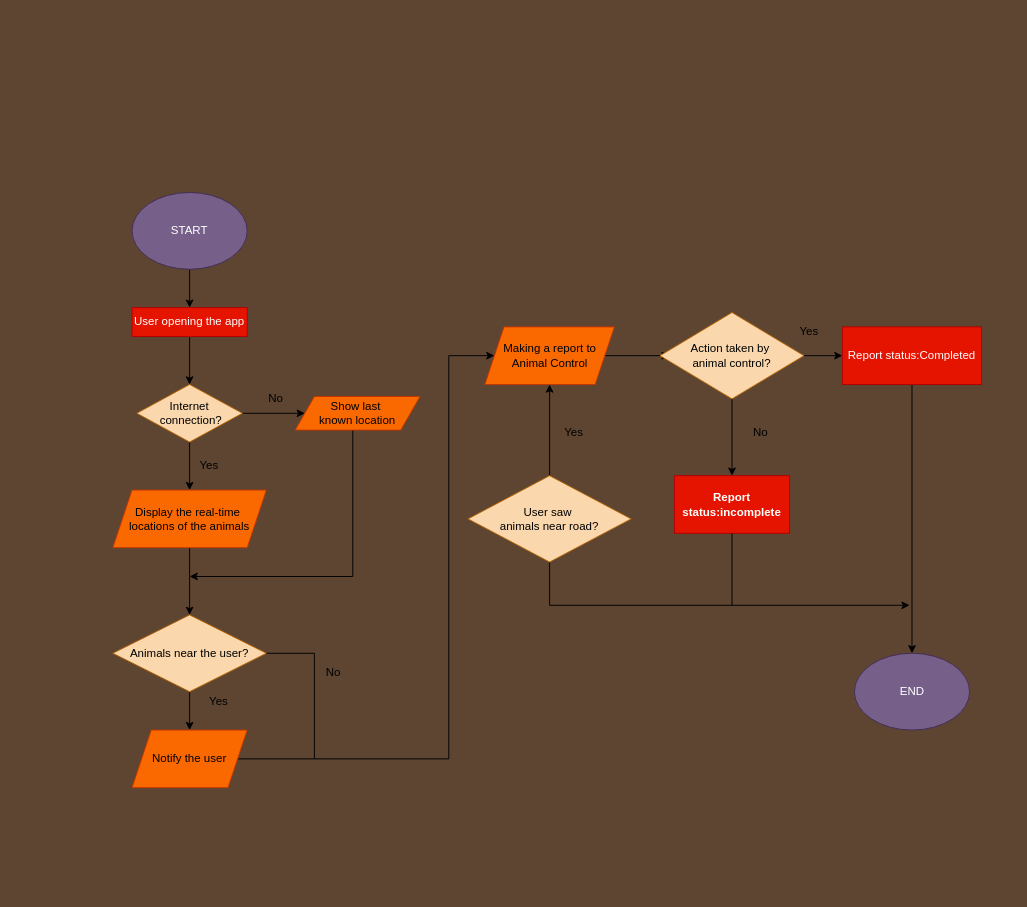
hahafiz05/hahafiz05 keeps this draw.io diagram as SHELL PROJECT.drawio. Above is the earlier version. Source tidied: cells renumbered, new cells numbered last; positions are measured from the earlier drawing's top-left corner, leaving out a move shared by most shapes. Both pictures are drawn from the tidied source at 96%, with x=0, y=0 at pixel (112, 192).
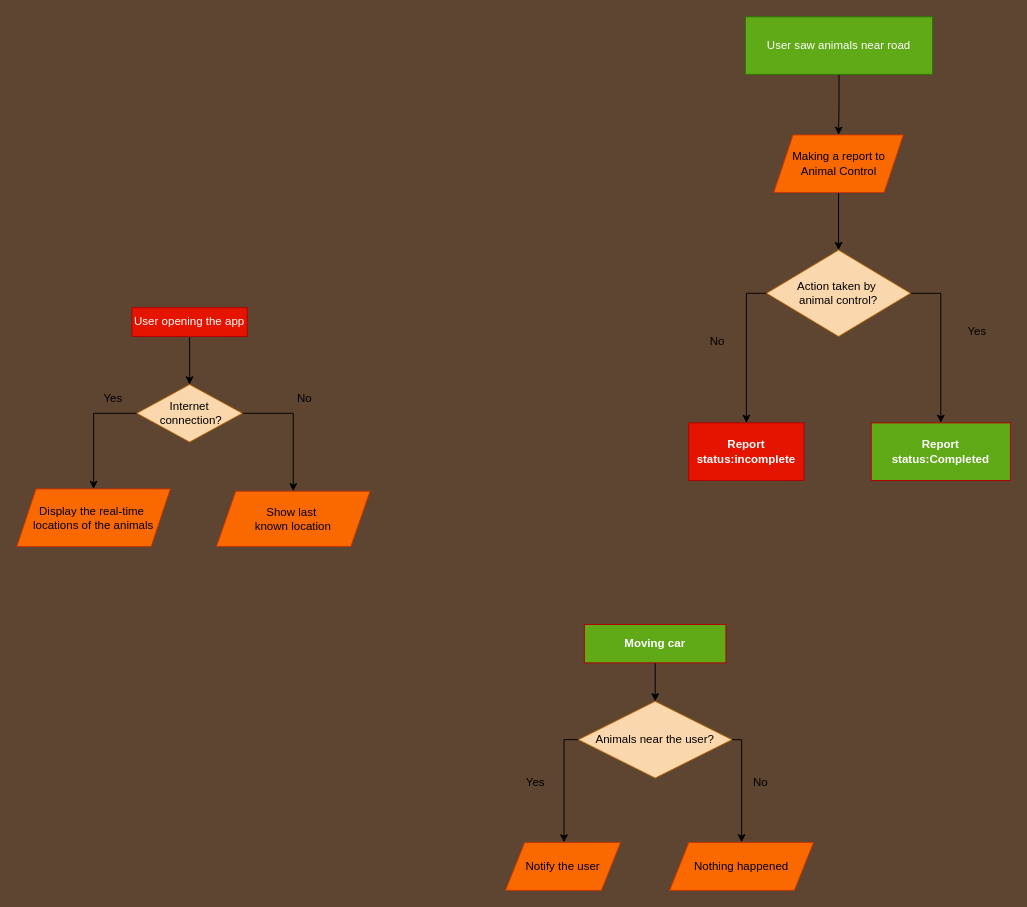
After the change.

The change refers to these unchanged cells:
```xml
<mxCell id="3" value="User opening the app" style="rounded=0;whiteSpace=wrap;html=1;fillColor=#e51400;fontColor=#ffffff;strokeColor=#B20000;" parent="1" vertex="1">
  <mxGeometry x="20" y="120" width="120" height="30" as="geometry" />
</mxCell>
<mxCell id="6" value="&lt;div&gt;Internet&lt;/div&gt;&lt;div&gt;&amp;nbsp;connection?&lt;/div&gt;" style="rhombus;whiteSpace=wrap;html=1;fillColor=#fad7ac;strokeColor=#b46504;" parent="1" vertex="1">
  <mxGeometry x="25" y="200" width="110" height="60" as="geometry" />
</mxCell>
```

Diff of the diagram source:
```diff
@@
-    <mxCell id="4" style="edgeStyle=orthogonalEdgeStyle;rounded=0;jettySize=auto;html=1;" parent="1" edge="1" source="6" target="8">
-      <mxGeometry relative="1" as="geometry" />
+    <mxCell id="4" style="edgeStyle=orthogonalEdgeStyle;rounded=0;jettySize=auto;html=1;exitX=0;exitY=0.5;exitDx=0;exitDy=0;" parent="1" edge="1" source="6" target="8">
+      <mxGeometry relative="1" as="geometry">
+        <Array as="points">
+          <mxPoint x="-20" y="230" />
+        </Array>
+      </mxGeometry>
     </mxCell>
-    <mxCell id="5" style="edgeStyle=orthogonalEdgeStyle;rounded=0;jettySize=auto;html=1;" parent="1" edge="1" source="6" target="10">
-      <mxGeometry relative="1" as="geometry" />
+    <mxCell id="5" style="edgeStyle=orthogonalEdgeStyle;rounded=0;jettySize=auto;html=1;entryX=0.5;entryY=0;entryDx=0;entryDy=0;" parent="1" edge="1" source="6" target="10">
+      <mxGeometry relative="1" as="geometry">
+        <Array as="points">
+          <mxPoint x="188" y="230" />
+        </Array>
+      </mxGeometry>
     </mxCell>
@@
-    <mxCell id="7" style="edgeStyle=orthogonalEdgeStyle;rounded=0;jettySize=auto;html=1;" parent="1" edge="1" source="8">
-      <mxGeometry relative="1" as="geometry">
-        <mxPoint x="80" y="440" as="targetPoint" />
-      </mxGeometry>
-    </mxCell>
     <mxCell id="8" value="&lt;div&gt;Display the real-time&amp;nbsp;&lt;/div&gt;&lt;div&gt;locations of the animals&lt;/div&gt;" style="shape=parallelogram;perimeter=parallelogramPerimeter;whiteSpace=wrap;html=1;fixedSize=1;fillColor=#fa6800;fontColor=#000000;strokeColor=#C73500;" parent="1" vertex="1">
-      <mxGeometry y="310" width="160" height="60" as="geometry" />
+      <mxGeometry x="-100" y="308.8" width="160" height="60" as="geometry" />
     </mxCell>
-    <mxCell id="9" style="edgeStyle=orthogonalEdgeStyle;rounded=0;jettySize=auto;html=1;" parent="1" edge="1" source="10">
-      <mxGeometry relative="1" as="geometry">
-        <mxPoint x="80" y="400" as="targetPoint" />
-        <Array as="points">
-          <mxPoint x="250" y="400" />
-          <mxPoint x="80" y="400" />
-        </Array>
-      </mxGeometry>
-    </mxCell>
     <mxCell id="10" value="&lt;div&gt;Show last&amp;nbsp;&lt;/div&gt;&lt;div&gt;known location&lt;/div&gt;" style="shape=parallelogram;perimeter=parallelogramPerimeter;whiteSpace=wrap;html=1;fixedSize=1;fillColor=#fa6800;fontColor=#000000;strokeColor=#C73500;" parent="1" vertex="1">
-      <mxGeometry x="190" y="212.5" width="130" height="35" as="geometry" />
+      <mxGeometry x="108" y="311.2" width="160" height="57.5" as="geometry" />
     </mxCell>
-    <mxCell id="11" style="edgeStyle=orthogonalEdgeStyle;rounded=0;jettySize=auto;html=1;" parent="1" edge="1" source="12" target="14">
-      <mxGeometry relative="1" as="geometry" />
+    <mxCell id="11" style="edgeStyle=orthogonalEdgeStyle;rounded=0;jettySize=auto;html=1;exitX=0;exitY=0.5;exitDx=0;exitDy=0;" parent="1" edge="1" source="12" target="14">
+      <mxGeometry relative="1" as="geometry">
+        <Array as="points">
+          <mxPoint x="470" y="570" />
+        </Array>
+      </mxGeometry>
     </mxCell>
+    <mxCell id="38" style="edgeStyle=orthogonalEdgeStyle;rounded=0;jettySize=auto;html=1;entryX=0.5;entryY=0;entryDx=0;entryDy=0;" parent="1" edge="1" source="12" target="40">
+      <mxGeometry relative="1" as="geometry">
+        <Array as="points">
+          <mxPoint x="655" y="570" />
+        </Array>
+      </mxGeometry>
+    </mxCell>
     <mxCell id="12" value="Animals near the user?" style="rhombus;whiteSpace=wrap;html=1;fillColor=#fad7ac;strokeColor=#b46504;" parent="1" vertex="1">
-      <mxGeometry y="440" width="160" height="80" as="geometry" />
+      <mxGeometry x="485" y="530" width="160" height="80" as="geometry" />
     </mxCell>
-    <mxCell id="13" style="edgeStyle=orthogonalEdgeStyle;rounded=0;jettySize=auto;html=1;entryX=0;entryY=0.5;entryDx=0;entryDy=0;" parent="1" edge="1" source="14" target="20">
-      <mxGeometry relative="1" as="geometry">
-        <Array as="points">
-          <mxPoint x="350" y="590" />
-          <mxPoint x="350" y="170" />
-        </Array>
-      </mxGeometry>
-    </mxCell>
     <mxCell id="14" value="Notify the user" style="shape=parallelogram;perimeter=parallelogramPerimeter;whiteSpace=wrap;html=1;fixedSize=1;fillColor=#fa6800;fontColor=#000000;strokeColor=#C73500;" parent="1" vertex="1">
-      <mxGeometry x="20" y="560" width="120" height="60" as="geometry" />
+      <mxGeometry x="409" y="677" width="120" height="50" as="geometry" />
     </mxCell>
-    <mxCell id="15" style="endArrow=none;html=1;rounded=0;entryX=1;entryY=0.5;entryDx=0;entryDy=0;" parent="1" edge="1" target="12">
-      <mxGeometry relative="1" as="geometry">
-        <mxPoint x="210" y="590" as="sourcePoint" />
-        <Array as="points">
-          <mxPoint x="210" y="480" />
-        </Array>
-      </mxGeometry>
-    </mxCell>
-    <mxCell id="16" style="edgeStyle=orthogonalEdgeStyle;rounded=0;jettySize=auto;html=1;" parent="1" edge="1" source="18" target="20">
-      <mxGeometry relative="1" as="geometry" />
-    </mxCell>
-    <mxCell id="17" style="edgeStyle=orthogonalEdgeStyle;rounded=0;jettySize=auto;html=1;" parent="1" edge="1" source="18">
-      <mxGeometry relative="1" as="geometry">
-        <mxPoint x="830" y="430" as="targetPoint" />
-        <Array as="points">
-          <mxPoint x="455" y="430" />
-          <mxPoint x="830" y="430" />
-        </Array>
-      </mxGeometry>
-    </mxCell>
-    <mxCell id="18" value="&lt;div&gt;User saw&amp;nbsp; &lt;br&gt;&lt;/div&gt;&lt;div&gt;animals near road?&lt;/div&gt;" style="rhombus;whiteSpace=wrap;html=1;fillColor=#fad7ac;strokeColor=#b46504;" parent="1" vertex="1">
-      <mxGeometry x="370" y="295" width="170" height="90" as="geometry" />
-    </mxCell>
-    <mxCell id="19" style="edgeStyle=orthogonalEdgeStyle;rounded=0;jettySize=auto;html=1;" parent="1" edge="1" source="20">
-      <mxGeometry relative="1" as="geometry">
-        <mxPoint x="580" y="170" as="targetPoint" />
-      </mxGeometry>
-    </mxCell>
+    <mxCell id="39" style="edgeStyle=orthogonalEdgeStyle;rounded=0;jettySize=auto;html=1;entryX=0.5;entryY=0;entryDx=0;entryDy=0;" parent="1" edge="1" source="20" target="23">
+      <mxGeometry relative="1" as="geometry" />
+    </mxCell>
     <mxCell id="20" value="Making a report to Animal Control" style="shape=parallelogram;perimeter=parallelogramPerimeter;whiteSpace=wrap;html=1;fixedSize=1;fillColor=#fa6800;fontColor=#000000;strokeColor=#C73500;" parent="1" vertex="1">
-      <mxGeometry x="387.5" y="140" width="135" height="60" as="geometry" />
+      <mxGeometry x="688.5" y="-60" width="135" height="60" as="geometry" />
     </mxCell>
-    <mxCell id="21" style="edgeStyle=orthogonalEdgeStyle;rounded=0;jettySize=auto;html=1;" parent="1" edge="1" source="23" target="25">
-      <mxGeometry relative="1" as="geometry" />
+    <mxCell id="21" style="edgeStyle=orthogonalEdgeStyle;rounded=0;jettySize=auto;html=1;exitX=1;exitY=0.5;exitDx=0;exitDy=0;entryX=0.5;entryY=0;entryDx=0;entryDy=0;" parent="1" edge="1" source="23" target="25">
+      <mxGeometry relative="1" as="geometry">
+        <Array as="points">
+          <mxPoint x="863" y="105" />
+        </Array>
+      </mxGeometry>
     </mxCell>
-    <mxCell id="22" style="edgeStyle=orthogonalEdgeStyle;rounded=0;jettySize=auto;html=1;entryX=0.5;entryY=0;entryDx=0;entryDy=0;" parent="1" edge="1" source="23" target="26">
-      <mxGeometry relative="1" as="geometry" />
+    <mxCell id="22" style="edgeStyle=orthogonalEdgeStyle;rounded=0;jettySize=auto;html=1;entryX=0.5;entryY=0;entryDx=0;entryDy=0;exitX=0;exitY=0.5;exitDx=0;exitDy=0;" parent="1" edge="1" source="23" target="26">
+      <mxGeometry relative="1" as="geometry">
+        <Array as="points">
+          <mxPoint x="660" y="105" />
+        </Array>
+      </mxGeometry>
     </mxCell>
     <mxCell id="23" value="&lt;div&gt;Action taken by&amp;nbsp;&lt;/div&gt;&lt;div&gt;animal control?&lt;/div&gt;" style="rhombus;whiteSpace=wrap;html=1;fillColor=#fad7ac;strokeColor=#b46504;" parent="1" vertex="1">
-      <mxGeometry x="570" y="125" width="150" height="90" as="geometry" />
+      <mxGeometry x="681" y="60" width="150" height="90" as="geometry" />
     </mxCell>
-    <mxCell id="24" style="edgeStyle=orthogonalEdgeStyle;rounded=0;jettySize=auto;html=1;entryX=0.5;entryY=0;entryDx=0;entryDy=0;" parent="1" edge="1" source="25" target="36">
-      <mxGeometry relative="1" as="geometry" />
-    </mxCell>
-    <mxCell id="25" value="Report status:Completed" style="whiteSpace=wrap;html=1;fillColor=#e51400;strokeColor=#B20000;fontColor=#ffffff;" parent="1" vertex="1">
-      <mxGeometry x="760" y="140" width="145" height="60" as="geometry" />
+    <mxCell id="25" value="&lt;b&gt;Report status:Completed&lt;/b&gt;" style="whiteSpace=wrap;html=1;fillColor=light-dark(#60a917, #ff9281);strokeColor=#B20000;fontColor=#ffffff;" parent="1" vertex="1">
+      <mxGeometry x="790" y="240" width="145" height="60" as="geometry" />
     </mxCell>
     <mxCell id="26" value="&lt;strong&gt;Report status:incomplete&lt;/strong&gt;" style="whiteSpace=wrap;html=1;fillColor=#e51400;fontColor=#ffffff;strokeColor=#B20000;" parent="1" vertex="1">
-      <mxGeometry x="585" y="295" width="120" height="60" as="geometry" />
+      <mxGeometry x="600" y="240" width="120" height="60" as="geometry" />
     </mxCell>
     <mxCell id="27" value="&lt;div&gt;Yes&lt;/div&gt;" style="text;html=1;align=center;verticalAlign=middle;strokeColor=none;fillColor=none;" parent="1" vertex="1">
-      <mxGeometry x="80" y="270" width="40" height="30" as="geometry" />
+      <mxGeometry x="-20" y="200" width="40" height="30" as="geometry" />
     </mxCell>
     <mxCell id="28" value="No" style="text;html=1;align=center;verticalAlign=middle;whiteSpace=wrap;rounded=0;" parent="1" vertex="1">
-      <mxGeometry x="200" y="485" width="60" height="30" as="geometry" />
+      <mxGeometry x="645" y="600" width="60" height="30" as="geometry" />
     </mxCell>
-    <mxCell id="29" value="&lt;div&gt;Yes&lt;/div&gt;" style="text;html=1;align=center;verticalAlign=middle;strokeColor=none;fillColor=none;" parent="1" vertex="1">
-      <mxGeometry x="90" y="515" width="40" height="30" as="geometry" />
-    </mxCell>
     <mxCell id="30" value="No" style="text;html=1;align=center;verticalAlign=middle;whiteSpace=wrap;rounded=0;" parent="1" vertex="1">
-      <mxGeometry x="645" y="235" width="60" height="30" as="geometry" />
+      <mxGeometry x="600" y="140" width="60" height="30" as="geometry" />
     </mxCell>
     <mxCell id="31" value="&lt;div&gt;Yes&lt;/div&gt;" style="text;html=1;align=center;verticalAlign=middle;strokeColor=none;fillColor=none;" parent="1" vertex="1">
-      <mxGeometry x="705" y="130" width="40" height="30" as="geometry" />
+      <mxGeometry x="880" y="130" width="40" height="30" as="geometry" />
     </mxCell>
     <mxCell id="32" value="No" style="text;html=1;align=center;verticalAlign=middle;whiteSpace=wrap;rounded=0;" parent="1" vertex="1">
-      <mxGeometry x="140" y="200" width="60" height="30" as="geometry" />
+      <mxGeometry x="170" y="200" width="60" height="30" as="geometry" />
     </mxCell>
-    <mxCell id="33" value="&lt;div&gt;Yes&lt;/div&gt;" style="text;html=1;align=center;verticalAlign=middle;strokeColor=none;fillColor=none;" parent="1" vertex="1">
-      <mxGeometry x="460" y="235" width="40" height="30" as="geometry" />
-    </mxCell>
-    <mxCell id="34" style="edgeStyle=orthogonalEdgeStyle;rounded=0;jettySize=auto;html=1;entryX=0.5;entryY=0;entryDx=0;entryDy=0;" parent="1" edge="1" source="35" target="3">
-      <mxGeometry relative="1" as="geometry" />
-    </mxCell>
-    <mxCell id="35" value="START" style="ellipse;whiteSpace=wrap;html=1;fillColor=#76608a;fontColor=#ffffff;strokeColor=#432D57;" parent="1" vertex="1">
-      <mxGeometry x="20" width="120" height="80" as="geometry" />
-    </mxCell>
-    <mxCell id="36" value="END" style="ellipse;whiteSpace=wrap;html=1;fillColor=#76608a;fontColor=#ffffff;strokeColor=#432D57;" parent="1" vertex="1">
-      <mxGeometry x="772.5" y="480" width="120" height="80" as="geometry" />
-    </mxCell>
-    <mxCell id="37" style="endArrow=none;html=1;rounded=0;entryX=0.5;entryY=1;entryDx=0;entryDy=0;" parent="1" edge="1" target="26">
-      <mxGeometry relative="1" as="geometry">
-        <mxPoint x="645" y="430" as="sourcePoint" />
-      </mxGeometry>
-    </mxCell>
+    <mxCell id="29" value="&lt;div&gt;Yes&lt;/div&gt;" style="text;html=1;align=center;verticalAlign=middle;strokeColor=none;fillColor=none;" parent="1" vertex="1">
+      <mxGeometry x="420" y="600" width="40" height="30" as="geometry" />
+    </mxCell>
+    <mxCell id="40" value="Nothing happened" style="shape=parallelogram;perimeter=parallelogramPerimeter;whiteSpace=wrap;html=1;fixedSize=1;fillColor=#fa6800;fontColor=#000000;strokeColor=#C73500;" parent="1" vertex="1">
+      <mxGeometry x="580" y="677" width="150" height="50" as="geometry" />
+    </mxCell>
+    <mxCell id="41" style="edgeStyle=orthogonalEdgeStyle;rounded=0;jettySize=auto;html=1;entryX=0.5;entryY=0;entryDx=0;entryDy=0;" parent="1" edge="1" source="42" target="20">
+      <mxGeometry relative="1" as="geometry" />
+    </mxCell>
+    <mxCell id="42" value="User saw animals near road" style="rounded=0;whiteSpace=wrap;html=1;fillColor=light-dark(#60a917, #ff9281);fontColor=#ffffff;strokeColor=#2D7600;" parent="1" vertex="1">
+      <mxGeometry x="659" y="-183" width="195" height="60" as="geometry" />
+    </mxCell>
+    <mxCell id="43" style="edgeStyle=orthogonalEdgeStyle;rounded=0;jettySize=auto;html=1;entryX=0.5;entryY=0;entryDx=0;entryDy=0;" parent="1" edge="1" source="44" target="12">
+      <mxGeometry relative="1" as="geometry" />
+    </mxCell>
+    <mxCell id="44" value="&lt;b&gt;Moving car&lt;/b&gt;" style="whiteSpace=wrap;html=1;fillColor=light-dark(#60a917, #ff9281);strokeColor=#B20000;fontColor=#ffffff;" parent="1" vertex="1">
+      <mxGeometry x="491.2" y="450" width="147.5" height="40" as="geometry" />
+    </mxCell>
```
